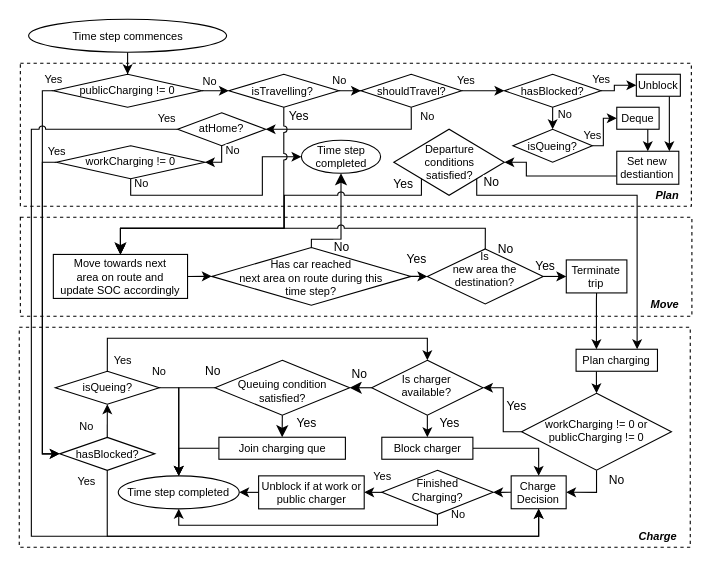
Earlier version of the draw.io diagram page "Reduced Print of CarAgent.step()" (3 of 9) of logic/Logic.drawio (SebUni/DomSebCollab). Source tidied: cells renumbered, new cells numbered last; positions are measured from the earlier drawing's top-left corner, leaving out a move shared by most shapes. Both pictures are drawn from the tidied source at 110%, with x=0, y=0 at pixel (19, 19).
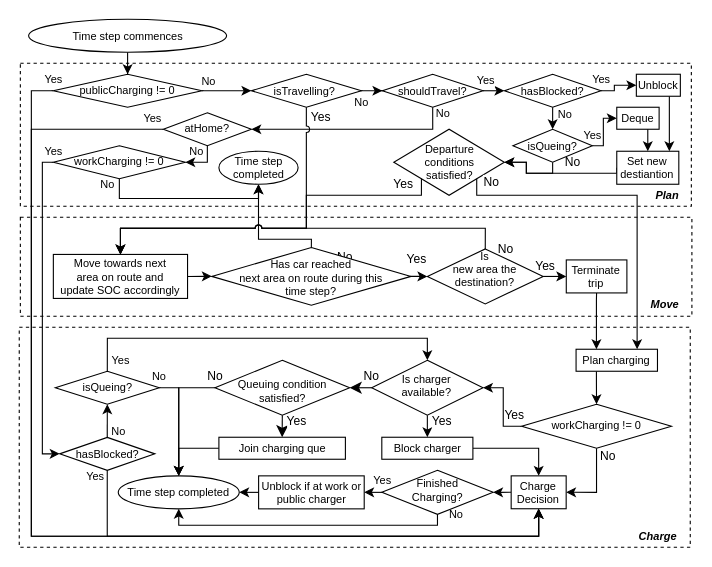
The same diagram, later.

The change refers to these unchanged cells:
```xml
<mxCell id="13" value="Set new destiantion" style="rounded=1;whiteSpace=wrap;html=1;fontSize=10;glass=0;strokeWidth=1;shadow=0;fontStyle=0;arcSize=0;" parent="1" vertex="1">
  <mxGeometry x="543.2" y="120" width="56.4" height="30" as="geometry" />
</mxCell>
<mxCell id="14" value="&lt;span style=&quot;font-size: 10px ; line-height: 100%&quot;&gt;Departure&lt;br&gt;conditions&lt;br style=&quot;font-size: 10px&quot;&gt;satisfied?&lt;/span&gt;" style="rhombus;whiteSpace=wrap;html=1;rounded=1;shadow=0;fontSize=10;fontStyle=0;strokeWidth=1;glass=0;arcSize=0;spacing=0;spacingBottom=0;" parent="1" vertex="1">
  <mxGeometry x="340.5" y="100" width="100.5" height="60" as="geometry" />
</mxCell>
<mxCell id="17" value="Has car reached&lt;br&gt;next area on route during this&lt;br style=&quot;font-size: 10px&quot;&gt;time step?" style="rhombus;whiteSpace=wrap;html=1;shadow=0;fontFamily=Helvetica;fontSize=10;align=center;strokeWidth=1;spacing=6;spacingTop=7;spacingBottom=5;" parent="1" vertex="1">
  <mxGeometry x="175" y="207.5" width="181.1" height="52.5" as="geometry" />
</mxCell>
<mxCell id="19" value="Move towards next&lt;br style=&quot;font-size: 10px&quot;&gt;area on route and&lt;br style=&quot;font-size: 10px&quot;&gt;update SOC accordingly" style="rounded=1;whiteSpace=wrap;html=1;fontSize=10;glass=0;strokeWidth=1;shadow=0;arcSize=0;" parent="1" vertex="1">
  <mxGeometry x="31" y="213.8" width="122" height="40" as="geometry" />
</mxCell>
<mxCell id="22" value="Time step completed" style="ellipse;whiteSpace=wrap;html=1;fontSize=10;" parent="1" vertex="1">
  <mxGeometry x="90" y="415.1" width="110" height="30" as="geometry" />
</mxCell>
<mxCell id="28" value="Is charger&lt;br&gt;available?" style="rhombus;whiteSpace=wrap;html=1;shadow=0;fontFamily=Helvetica;fontSize=10;align=center;strokeWidth=1;spacing=6;spacingTop=-4;" parent="1" vertex="1">
  <mxGeometry x="320.4" y="310" width="101.2" height="50" as="geometry" />
</mxCell>
<mxCell id="30" value="Block charger" style="rounded=1;whiteSpace=wrap;html=1;fontSize=10;glass=0;strokeWidth=1;shadow=0;arcSize=0;" parent="1" vertex="1">
  <mxGeometry x="329.6" y="380" width="82.8" height="20" as="geometry" />
</mxCell>
<mxCell id="33" value="Queuing condition&lt;br style=&quot;font-size: 10px;&quot;&gt;satisfied?" style="rhombus;whiteSpace=wrap;html=1;shadow=0;fontFamily=Helvetica;fontSize=10;align=center;strokeWidth=1;spacing=6;spacingTop=-4;spacingBottom=-10;" parent="1" vertex="1">
  <mxGeometry x="177.9" y="310" width="122.5" height="50" as="geometry" />
</mxCell>
<mxCell id="35" value="Join charging que" style="rounded=1;whiteSpace=wrap;html=1;fontSize=10;glass=0;strokeWidth=1;shadow=0;arcSize=0;" parent="1" vertex="1">
  <mxGeometry x="181.5" y="380" width="115" height="20" as="geometry" />
</mxCell>
<mxCell id="41" value="&lt;font style=&quot;font-size: 10px&quot;&gt;publicCharging != 0&lt;/font&gt;" style="rhombus;whiteSpace=wrap;html=1;rounded=1;shadow=0;fontSize=16;fontStyle=0;strokeWidth=1;glass=0;arcSize=0;spacingBottom=7;" parent="1" vertex="1">
  <mxGeometry x="31" y="50" width="135" height="30" as="geometry" />
</mxCell>
<mxCell id="47" value="Charge Decision" style="whiteSpace=wrap;html=1;rounded=1;shadow=0;fontSize=10;strokeWidth=1;glass=0;arcSize=0;" parent="1" vertex="1">
  <mxGeometry x="447.2" y="415.1" width="50" height="29.9" as="geometry" />
</mxCell>
<mxCell id="58" value="isQueing?" style="rhombus;whiteSpace=wrap;html=1;shadow=0;fontFamily=Helvetica;fontSize=10;align=center;strokeWidth=1;spacing=4;spacingTop=-4;spacingBottom=-1;" parent="1" vertex="1">
  <mxGeometry x="32.8" y="320" width="94.5" height="30" as="geometry" />
</mxCell>
<mxCell id="64" value="hasBlocked?" style="rhombus;whiteSpace=wrap;html=1;shadow=0;fontFamily=Helvetica;fontSize=10;align=center;strokeWidth=1;spacing=4;spacingTop=-4;spacingBottom=-4;" parent="1" vertex="1">
  <mxGeometry x="36.7" y="380.1" width="86.6" height="30" as="geometry" />
</mxCell>
<mxCell id="67" value="Finished&lt;br&gt;Charging?" style="rhombus;whiteSpace=wrap;html=1;shadow=0;fontFamily=Helvetica;fontSize=10;align=center;strokeWidth=1;spacing=6;spacingTop=-4;" parent="1" vertex="1">
  <mxGeometry x="329.6" y="410" width="101.2" height="40.1" as="geometry" />
</mxCell>
<mxCell id="69" value="Unblock if at work or public charger" style="whiteSpace=wrap;html=1;rounded=1;shadow=0;fontSize=10;strokeWidth=1;glass=0;arcSize=0;" parent="1" vertex="1">
  <mxGeometry x="217.6" y="415.1" width="96" height="30" as="geometry" />
</mxCell>
<mxCell id="72" value="&lt;span style=&quot;font-size: 10px ; line-height: 100%&quot;&gt;isQueing?&lt;/span&gt;" style="rhombus;whiteSpace=wrap;html=1;rounded=1;shadow=0;fontSize=16;fontStyle=0;strokeWidth=1;glass=0;arcSize=0;spacing=2;spacingBottom=4;" parent="1" vertex="1">
  <mxGeometry x="448.8" y="100" width="72.2" height="30" as="geometry" />
</mxCell>
```

The edit, as a diff of the source:
```diff
@@
     <mxCell id="8" value="&lt;font style=&quot;font-size: 10px&quot;&gt;isTravelling?&amp;nbsp;&lt;/font&gt;" style="rhombus;whiteSpace=wrap;html=1;rounded=1;shadow=0;fontSize=16;fontStyle=0;strokeWidth=1;glass=0;arcSize=0;spacingBottom=4;" parent="1" vertex="1">
-      <mxGeometry x="190.5" y="50" width="100" height="30" as="geometry" />
+      <mxGeometry x="211" y="50" width="100" height="30" as="geometry" />
     </mxCell>
@@
     <mxCell id="10" value="No" style="edgeStyle=orthogonalEdgeStyle;rounded=0;jettySize=auto;html=1;exitX=0.5;exitY=1;exitDx=0;exitDy=0;entryX=1;entryY=0.5;entryDx=0;entryDy=0;endArrow=classic;endFill=1;fontSize=10;" parent="1" edge="1" source="11" target="50">
-      <mxGeometry x="-0.9" y="15" relative="1" as="geometry" />
+      <mxGeometry x="-0.95" y="9" relative="1" as="geometry" />
     </mxCell>
     <mxCell id="11" value="&lt;span style=&quot;font-size: 10px ; line-height: 100%&quot;&gt;shouldTravel?&lt;/span&gt;" style="rhombus;whiteSpace=wrap;html=1;rounded=1;shadow=0;fontSize=16;fontStyle=0;strokeWidth=1;glass=0;arcSize=0;spacing=2;spacingBottom=4;" parent="1" vertex="1">
-      <mxGeometry x="310.6" y="50" width="91.5" height="30" as="geometry" />
+      <mxGeometry x="330.1" y="50" width="91.5" height="30" as="geometry" />
     </mxCell>
-    <mxCell id="12" style="edgeStyle=orthogonalEdgeStyle;rounded=0;jettySize=auto;html=1;fontSize=10;entryX=1;entryY=0.5;entryDx=0;entryDy=0;exitX=0;exitY=0.75;exitDx=0;exitDy=0;" parent="1" edge="1" source="13" target="14">
+    <mxCell id="12" style="edgeStyle=orthogonalEdgeStyle;rounded=0;jettySize=auto;html=1;fontSize=10;entryX=1;entryY=0.5;entryDx=0;entryDy=0;exitX=0;exitY=0.5;exitDx=0;exitDy=0;" parent="1" edge="1" source="13" target="14">
       <mxGeometry relative="1" as="geometry">
         <Array as="points">
-          <mxPoint x="461" y="143" />
+          <mxPoint x="543" y="140" />
+          <mxPoint x="461" y="140" />
           <mxPoint x="461" y="130" />
         </Array>
       </mxGeometry>
     </mxCell>
@@
-    <mxCell id="16" value="No" style="edgeStyle=orthogonalEdgeStyle;rounded=0;jettySize=auto;html=1;endArrow=classic;endFill=1;endSize=8;exitX=0.5;exitY=0;exitDx=0;exitDy=0;entryX=0.5;entryY=1;entryDx=0;entryDy=0;" parent="1" edge="1" source="17" target="59">
-      <mxGeometry x="-0.27" y="-7" relative="1" as="geometry">
+    <mxCell id="16" value="No" style="edgeStyle=orthogonalEdgeStyle;rounded=0;jettySize=auto;html=1;endArrow=classic;endFill=1;endSize=6;exitX=0.5;exitY=0;exitDx=0;exitDy=0;entryX=0.5;entryY=1;entryDx=0;entryDy=0;" parent="1" edge="1" source="17" target="59">
+      <mxGeometry x="-0.86" y="-15" relative="1" as="geometry">
         <Array as="points">
           <mxPoint x="266" y="200" />
-          <mxPoint x="293" y="200" />
+          <mxPoint x="217" y="200" />
         </Array>
-        <mxPoint x="-7" y="7" as="offset" />
+        <mxPoint x="15" y="15" as="offset" />
       </mxGeometry>
     </mxCell>
@@
-    <mxCell id="23" value="Yes" style="edgeStyle=orthogonalEdgeStyle;rounded=0;jettySize=auto;html=1;exitX=0;exitY=1;exitDx=0;exitDy=0;entryX=0.5;entryY=0;entryDx=0;entryDy=0;endArrow=classic;endFill=1;endSize=8;jumpStyle=arc;labelBackgroundColor=none;" parent="1" edge="1" source="14" target="19">
+    <mxCell id="23" value="Yes" style="edgeStyle=orthogonalEdgeStyle;rounded=0;jettySize=auto;html=1;exitX=0;exitY=1;exitDx=0;exitDy=0;entryX=0.5;entryY=0;entryDx=0;entryDy=0;endArrow=classic;endFill=1;endSize=6;jumpStyle=arc;labelBackgroundColor=none;" parent="1" edge="1" source="14" target="19">
       <mxGeometry x="-0.97" y="-17" relative="1" as="geometry">
         <Array as="points">
           <mxPoint x="366" y="160" />
-          <mxPoint x="241" y="160" />
-          <mxPoint x="241" y="190" />
+          <mxPoint x="261" y="160" />
+          <mxPoint x="261" y="190" />
           <mxPoint x="92" y="190" />
         </Array>
       </mxGeometry>
     </mxCell>
     <mxCell id="24" value="No" style="edgeStyle=orthogonalEdgeStyle;rounded=0;jumpStyle=arc;jettySize=auto;html=1;exitX=0.5;exitY=1;exitDx=0;exitDy=0;endArrow=classic;endFill=1;endSize=6;entryX=1;entryY=0.5;entryDx=0;entryDy=0;" parent="1" edge="1" source="42" target="47">
-      <mxGeometry x="-0.62" y="18" relative="1" as="geometry">
+      <mxGeometry x="-0.79" y="10" relative="1" as="geometry">
         <Array as="points">
           <mxPoint x="525" y="430" />
         </Array>
       </mxGeometry>
     </mxCell>
     <mxCell id="25" value="Yes" style="edgeStyle=orthogonalEdgeStyle;rounded=0;jumpStyle=arc;jettySize=auto;html=1;exitX=0;exitY=0.5;exitDx=0;exitDy=0;entryX=1;entryY=0.5;entryDx=0;entryDy=0;endArrow=classic;endFill=1;endSize=6;" parent="1" edge="1" source="42" target="28">
-      <mxGeometry x="0.07" y="-12" relative="1" as="geometry">
+      <mxGeometry x="-0.81" y="-10" relative="1" as="geometry">
         <Array as="points">
-          <mxPoint x="440" y="375" />
+          <mxPoint x="440" y="370" />
           <mxPoint x="440" y="335" />
         </Array>
       </mxGeometry>
     </mxCell>
     <mxCell id="26" value="Yes" style="edgeStyle=orthogonalEdgeStyle;rounded=0;jumpStyle=arc;jettySize=auto;html=1;exitX=0.5;exitY=1;exitDx=0;exitDy=0;entryX=0.5;entryY=0;entryDx=0;entryDy=0;endArrow=classic;endFill=1;endSize=6;" parent="1" edge="1" source="28" target="30">
-      <mxGeometry x="-0.33" y="20" relative="1" as="geometry" />
+      <mxGeometry x="-0.5" y="13" relative="1" as="geometry" />
     </mxCell>
     <mxCell id="27" value="No" style="edgeStyle=orthogonalEdgeStyle;rounded=0;jumpStyle=arc;jettySize=auto;html=1;exitX=0;exitY=0.5;exitDx=0;exitDy=0;entryX=1;entryY=0.5;entryDx=0;entryDy=0;endArrow=classic;endFill=1;endSize=8;" parent="1" edge="1" source="28" target="33">
-      <mxGeometry x="0.14" y="-12" relative="1" as="geometry">
+      <mxGeometry x="-1" y="-11" relative="1" as="geometry">
         <Array as="points">
           <mxPoint x="303.6" y="335" />
           <mxPoint x="303.6" y="335" />
         </Array>
       </mxGeometry>
     </mxCell>
@@
     <mxCell id="31" value="Yes" style="edgeStyle=orthogonalEdgeStyle;rounded=0;jumpStyle=arc;jettySize=auto;html=1;exitX=0.5;exitY=1;exitDx=0;exitDy=0;entryX=0.5;entryY=0;entryDx=0;entryDy=0;endArrow=classic;endFill=1;endSize=8;" parent="1" edge="1" source="33" target="35">
-      <mxGeometry x="-0.28" y="22" relative="1" as="geometry" />
+      <mxGeometry x="-0.51" y="13" relative="1" as="geometry" />
     </mxCell>
     <mxCell id="32" value="No" style="edgeStyle=orthogonalEdgeStyle;rounded=0;jumpStyle=arc;jettySize=auto;html=1;exitX=0;exitY=0.5;exitDx=0;exitDy=0;endArrow=classic;endFill=1;endSize=6;entryX=0.5;entryY=0;entryDx=0;entryDy=0;" parent="1" edge="1" source="33" target="22">
-      <mxGeometry x="-0.96" y="-15" relative="1" as="geometry">
+      <mxGeometry x="-1" y="-11" relative="1" as="geometry">
         <Array as="points">
           <mxPoint x="145" y="335" />
         </Array>
       </mxGeometry>
     </mxCell>
@@
-    <mxCell id="40" value="Yes" style="edgeStyle=orthogonalEdgeStyle;rounded=0;jettySize=auto;html=1;exitX=0;exitY=0.5;exitDx=0;exitDy=0;entryX=0;entryY=0.5;entryDx=0;entryDy=0;fontSize=10;labelBackgroundColor=none;" parent="1" edge="1" source="41" target="64">
+    <mxCell id="40" value="Yes" style="edgeStyle=orthogonalEdgeStyle;rounded=0;jettySize=auto;html=1;exitX=0;exitY=0.5;exitDx=0;exitDy=0;entryX=0.5;entryY=1;entryDx=0;entryDy=0;fontSize=10;labelBackgroundColor=none;" parent="1" edge="1" source="41" target="47">
       <mxGeometry x="-1" y="-11" relative="1" as="geometry">
         <Array as="points">
-          <mxPoint x="21" y="65" />
-          <mxPoint x="21" y="395" />
+          <mxPoint x="11" y="65" />
+          <mxPoint x="11" y="470" />
+          <mxPoint x="472" y="470" />
         </Array>
       </mxGeometry>
     </mxCell>
@@
-    <mxCell id="42" value="workCharging != 0 or&lt;br&gt;publicCharging != 0" style="rhombus;whiteSpace=wrap;html=1;shadow=0;fontFamily=Helvetica;fontSize=10;align=center;strokeWidth=1;spacing=4;spacingTop=-4;spacingBottom=-1;" parent="1" vertex="1">
-      <mxGeometry x="456.7" y="340" width="136.2" height="70" as="geometry" />
+    <mxCell id="42" value="workCharging != 0" style="rhombus;whiteSpace=wrap;html=1;shadow=0;fontFamily=Helvetica;fontSize=10;align=center;strokeWidth=1;spacing=4;spacingTop=-4;spacingBottom=-1;" parent="1" vertex="1">
+      <mxGeometry x="456.7" y="350" width="136.2" height="40" as="geometry" />
     </mxCell>
@@
     <mxCell id="48" value="Yes" style="edgeStyle=orthogonalEdgeStyle;rounded=0;jettySize=auto;html=1;exitX=0.5;exitY=0;exitDx=0;exitDy=0;fontSize=10;entryX=0.5;entryY=0;entryDx=0;entryDy=0;labelBackgroundColor=none;" parent="1" edge="1" source="58" target="28">
-      <mxGeometry x="-0.94" y="-14" relative="1" as="geometry">
+      <mxGeometry x="-0.94" y="-12" relative="1" as="geometry">
         <Array as="points">
           <mxPoint x="80" y="290" />
           <mxPoint x="371" y="290" />
         </Array>
       </mxGeometry>
     </mxCell>
@@
     <mxCell id="50" value="atHome?" style="rhombus;whiteSpace=wrap;html=1;shadow=0;fontFamily=Helvetica;fontSize=10;align=center;strokeWidth=1;spacing=4;spacingTop=-4;spacingBottom=-1;" parent="1" vertex="1">
-      <mxGeometry x="144" y="85" width="80" height="30" as="geometry" />
+      <mxGeometry x="131" y="85" width="80" height="30" as="geometry" />
     </mxCell>
-    <mxCell id="51" value="No" style="edgeStyle=orthogonalEdgeStyle;rounded=0;jettySize=auto;html=1;exitX=0.5;exitY=1;exitDx=0;exitDy=0;entryX=1;entryY=0.5;entryDx=0;entryDy=0;fontSize=10;" parent="1" edge="1" source="50" target="55">
-      <mxGeometry x="-0.73" y="10" relative="1" as="geometry">
+    <mxCell id="51" value="No" style="edgeStyle=orthogonalEdgeStyle;rounded=0;jettySize=auto;html=1;exitX=0.5;exitY=1;exitDx=0;exitDy=0;entryX=1;entryY=0.5;entryDx=0;entryDy=0;fontSize=10;labelBackgroundColor=none;" parent="1" edge="1" source="50" target="55">
+      <mxGeometry x="0.43" y="-10" relative="1" as="geometry">
         <Array as="points">
-          <mxPoint x="184" y="130" />
+          <mxPoint x="171" y="130" />
         </Array>
       </mxGeometry>
     </mxCell>
     <mxCell id="52" value="Yes" style="edgeStyle=orthogonalEdgeStyle;rounded=0;jettySize=auto;html=1;entryX=0.5;entryY=1;entryDx=0;entryDy=0;fontSize=10;jumpStyle=arc;labelBackgroundColor=none;exitX=0.5;exitY=1;exitDx=0;exitDy=0;" parent="1" edge="1" source="64" target="47">
-      <mxGeometry x="-0.96" y="-19" relative="1" as="geometry">
+      <mxGeometry x="-0.98" y="-11" relative="1" as="geometry">
         <Array as="points">
           <mxPoint x="80.5" y="470" />
           <mxPoint x="472.5" y="470" />
           <mxPoint x="472.5" y="445" />
         </Array>
       </mxGeometry>
     </mxCell>
@@
-    <mxCell id="54" value="No" style="edgeStyle=orthogonalEdgeStyle;rounded=0;jettySize=auto;html=1;exitX=0.5;exitY=1;exitDx=0;exitDy=0;entryX=0;entryY=0.5;entryDx=0;entryDy=0;fontSize=10;jumpStyle=arc;" parent="1" edge="1" source="55" target="59">
-      <mxGeometry x="-0.96" y="10" relative="1" as="geometry">
+    <mxCell id="54" value="No" style="edgeStyle=orthogonalEdgeStyle;rounded=0;jettySize=auto;html=1;exitX=0.5;exitY=1;exitDx=0;exitDy=0;fontSize=10;jumpStyle=none;entryX=0.5;entryY=1;entryDx=0;entryDy=0;" parent="1" edge="1" source="55" target="59">
+      <mxGeometry x="-0.94" y="-11" relative="1" as="geometry">
         <Array as="points">
-          <mxPoint x="101" y="160" />
-          <mxPoint x="221" y="160" />
-          <mxPoint x="221" y="125" />
+          <mxPoint x="91" y="163" />
+          <mxPoint x="217" y="163" />
         </Array>
       </mxGeometry>
     </mxCell>
     <mxCell id="55" value="workCharging != 0" style="rhombus;whiteSpace=wrap;html=1;shadow=0;fontFamily=Helvetica;fontSize=10;align=center;strokeWidth=1;spacing=4;spacingTop=-4;spacingBottom=-1;" parent="1" vertex="1">
-      <mxGeometry x="33.8" y="115" width="135" height="30" as="geometry" />
+      <mxGeometry x="31" y="115" width="120" height="30" as="geometry" />
     </mxCell>
     <mxCell id="56" value="Yes" style="edgeStyle=orthogonalEdgeStyle;rounded=0;html=1;jettySize=auto;fontSize=11;endArrow=classic;endFill=1;endSize=6;strokeWidth=1;shadow=0;labelBackgroundColor=none;entryX=0.5;entryY=0;entryDx=0;entryDy=0;exitX=0.5;exitY=1;exitDx=0;exitDy=0;jumpStyle=arc;" parent="1" edge="1" source="8" target="19">
       <mxGeometry x="-0.94" y="13" relative="1" as="geometry">
         <Array as="points">
-          <mxPoint x="241" y="190" />
+          <mxPoint x="261" y="190" />
           <mxPoint x="92" y="190" />
         </Array>
       </mxGeometry>
     </mxCell>
     <mxCell id="57" value="No" style="edgeStyle=orthogonalEdgeStyle;rounded=0;jumpStyle=arc;jettySize=auto;html=1;exitX=1;exitY=0.5;exitDx=0;exitDy=0;entryX=0.5;entryY=0;entryDx=0;entryDy=0;labelBackgroundColor=none;endArrow=classic;endFill=1;fontSize=10;" parent="1" edge="1" source="58" target="22">
-      <mxGeometry x="-1" y="15" relative="1" as="geometry">
+      <mxGeometry x="-1" y="11" relative="1" as="geometry">
         <Array as="points">
           <mxPoint x="145" y="335" />
         </Array>
       </mxGeometry>
     </mxCell>
@@
     <mxCell id="59" value="Time step&lt;br&gt;completed" style="ellipse;whiteSpace=wrap;html=1;fontSize=10;" parent="1" vertex="1">
-      <mxGeometry x="256.5" y="110" width="72" height="30" as="geometry" />
+      <mxGeometry x="181.5" y="120" width="72" height="30" as="geometry" />
     </mxCell>
@@
     <mxCell id="63" value="No" style="edgeStyle=orthogonalEdgeStyle;rounded=0;jumpStyle=arc;jettySize=auto;html=1;exitX=0.5;exitY=0;exitDx=0;exitDy=0;entryX=0.5;entryY=1;entryDx=0;entryDy=0;labelBackgroundColor=none;endArrow=classic;endFill=1;fontSize=10;" parent="1" edge="1" source="64" target="58">
-      <mxGeometry x="-0.34" y="19" relative="1" as="geometry" />
+      <mxGeometry x="-0.6" y="-10" relative="1" as="geometry" />
     </mxCell>
@@
     <mxCell id="65" value="Yes" style="edgeStyle=orthogonalEdgeStyle;rounded=0;jumpStyle=arc;jettySize=auto;html=1;labelBackgroundColor=none;endArrow=classic;endFill=1;fontSize=10;" parent="1" edge="1" source="67" target="69">
-      <mxGeometry x="-1" y="-10" relative="1" as="geometry">
+      <mxGeometry x="-0.98" y="-11" relative="1" as="geometry">
         <Array as="points">
           <mxPoint x="329.5" y="430" />
           <mxPoint x="329.5" y="430" />
         </Array>
-        <mxPoint y="-5" as="offset" />
       </mxGeometry>
     </mxCell>
     <mxCell id="66" value="No" style="edgeStyle=orthogonalEdgeStyle;rounded=0;jumpStyle=arc;jettySize=auto;html=1;exitX=0.5;exitY=1;exitDx=0;exitDy=0;entryX=0.5;entryY=1;entryDx=0;entryDy=0;labelBackgroundColor=none;endArrow=classic;endFill=1;fontSize=10;" parent="1" edge="1" source="67" target="22">
-      <mxGeometry x="-1" y="19" relative="1" as="geometry">
+      <mxGeometry x="-1" y="17" relative="1" as="geometry">
         <Array as="points">
           <mxPoint x="380.5" y="460" />
           <mxPoint x="145.5" y="460" />
         </Array>
       </mxGeometry>
     </mxCell>
@@
+    <mxCell id="79" value="No" style="edgeStyle=orthogonalEdgeStyle;rounded=0;jettySize=auto;html=1;exitX=0.5;exitY=1;exitDx=0;exitDy=0;entryX=1;entryY=0.5;entryDx=0;entryDy=0;" parent="1" edge="1" source="72" target="14">
+      <mxGeometry x="-1" y="18" relative="1" as="geometry">
+        <Array as="points">
+          <mxPoint x="485" y="140" />
+          <mxPoint x="461" y="140" />
+          <mxPoint x="461" y="130" />
+        </Array>
+      </mxGeometry>
+    </mxCell>
```
